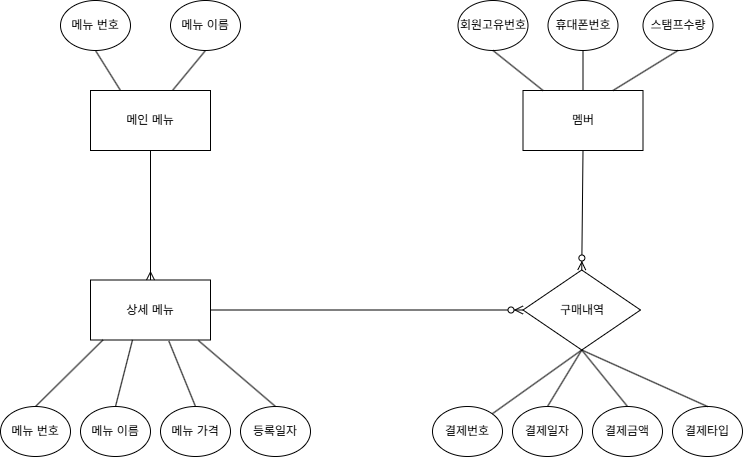
Earlier version of the draw.io export docs/03_개념적모델링.png (2605-training-team01/project01). Source tidied: cells renumbered, new cells last; positions are measured from the earlier drawing's top-left corner, leaving out a move shared by most shapes.
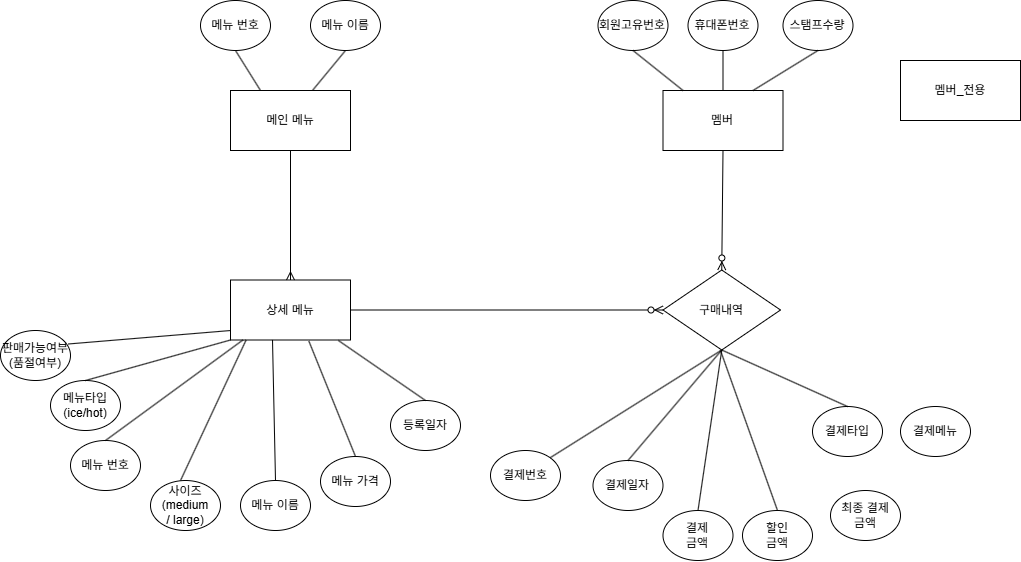
Above is the later version.

Commit message:
개념적모델링_추가

What changed in the source:
```diff
@@ -21,10 +21,10 @@
       <mxGeometry relative="1" as="geometry" />
     </mxCell>
     <mxCell id="8" value="메뉴 번호" style="ellipse;whiteSpace=wrap;html=1;rounded=0;" parent="1" vertex="1">
-      <mxGeometry y="406" width="70" height="50" as="geometry" />
+      <mxGeometry x="-70" y="440" width="70" height="50" as="geometry" />
     </mxCell>
     <mxCell id="9" value="메뉴 가격" style="ellipse;whiteSpace=wrap;html=1;rounded=0;" parent="1" vertex="1">
-      <mxGeometry x="160" y="406" width="70" height="50" as="geometry" />
+      <mxGeometry x="180" y="456" width="70" height="50" as="geometry" />
     </mxCell>
     <mxCell id="10" style="endArrow=none;html=1;rounded=0;entryX=0.5;entryY=0;entryDx=0;entryDy=0;exitX=0.104;exitY=0.999;exitDx=0;exitDy=0;exitPerimeter=0;" parent="1" edge="1" source="5" target="8">
       <mxGeometry relative="1" as="geometry" />
@@ -33,7 +33,7 @@
       <mxGeometry relative="1" as="geometry" />
     </mxCell>
     <mxCell id="12" value="등록일자" style="ellipse;whiteSpace=wrap;html=1;rounded=0;" parent="1" vertex="1">
-      <mxGeometry x="240" y="406" width="70" height="50" as="geometry" />
+      <mxGeometry x="250" y="400" width="70" height="50" as="geometry" />
     </mxCell>
     <mxCell id="13" style="endArrow=none;html=1;rounded=0;exitX=0.899;exitY=1.008;exitDx=0;exitDy=0;exitPerimeter=0;entryX=0.5;entryY=0;entryDx=0;entryDy=0;" parent="1" edge="1" source="5" target="12">
       <mxGeometry relative="1" as="geometry" />
@@ -60,13 +60,13 @@
       <mxGeometry relative="1" as="geometry" />
     </mxCell>
     <mxCell id="21" value="결제일자" style="ellipse;whiteSpace=wrap;html=1;rounded=0;" parent="1" vertex="1">
-      <mxGeometry x="512" y="406" width="70" height="50" as="geometry" />
+      <mxGeometry x="452.5" y="460" width="70" height="50" as="geometry" />
     </mxCell>
-    <mxCell id="22" value="결제금액" style="ellipse;whiteSpace=wrap;html=1;rounded=0;" parent="1" vertex="1">
-      <mxGeometry x="592" y="406" width="70" height="50" as="geometry" />
+    <mxCell id="22" value="결제&lt;div&gt;금액&lt;/div&gt;" style="ellipse;whiteSpace=wrap;html=1;rounded=0;" parent="1" vertex="1">
+      <mxGeometry x="522.5" y="510" width="70" height="50" as="geometry" />
     </mxCell>
     <mxCell id="23" value="결제번호" style="ellipse;whiteSpace=wrap;html=1;rounded=0;" parent="1" vertex="1">
-      <mxGeometry x="432" y="406" width="70" height="50" as="geometry" />
+      <mxGeometry x="350" y="450" width="70" height="50" as="geometry" />
     </mxCell>
     <mxCell id="24" value="결제타입" style="ellipse;whiteSpace=wrap;html=1;rounded=0;" parent="1" vertex="1">
       <mxGeometry x="672" y="406" width="70" height="50" as="geometry" />
@@ -87,7 +87,7 @@
       <mxGeometry relative="1" as="geometry" />
     </mxCell>
     <mxCell id="30" value="메뉴 이름" style="ellipse;whiteSpace=wrap;html=1;rounded=0;" parent="1" vertex="1">
-      <mxGeometry x="80" y="406" width="70" height="50" as="geometry" />
+      <mxGeometry x="100" y="480" width="70" height="50" as="geometry" />
     </mxCell>
     <mxCell id="31" style="fontSize=12;html=1;endArrow=ERzeroToMany;endFill=1;rounded=0;entryX=0;entryY=0.5;entryDx=0;entryDy=0;exitX=1;exitY=0.5;exitDx=0;exitDy=0;" parent="1" edge="1" source="5" target="34">
       <mxGeometry relative="1" as="geometry" />
@@ -101,5 +101,40 @@
     <mxCell id="34" value="구매내역" style="rhombus;whiteSpace=wrap;html=1;rounded=0;" parent="1" vertex="1">
       <mxGeometry x="522.5" y="269.5" width="117.5" height="80" as="geometry" />
     </mxCell>
+    <mxCell id="35" value="멤버_전용" style="rounded=0;whiteSpace=wrap;html=1;" parent="1" vertex="1">
+      <mxGeometry x="760" y="60" width="120" height="60" as="geometry" />
+    </mxCell>
+    <mxCell id="36" value="결제메뉴" style="ellipse;whiteSpace=wrap;html=1;rounded=0;" parent="1" vertex="1">
+      <mxGeometry x="760" y="406" width="70" height="50" as="geometry" />
+    </mxCell>
+    <mxCell id="37" value="할인&lt;div&gt;금액&lt;/div&gt;" style="ellipse;whiteSpace=wrap;html=1;rounded=0;" parent="1" vertex="1">
+      <mxGeometry x="602" y="510" width="70" height="50" as="geometry" />
+    </mxCell>
+    <mxCell id="38" value="판매가능여부&lt;br&gt;(품절여부)" style="ellipse;whiteSpace=wrap;html=1;rounded=0;" parent="1" vertex="1">
+      <mxGeometry x="-140" y="330" width="70" height="50" as="geometry" />
+    </mxCell>
+    <mxCell id="39" style="endArrow=none;html=1;rounded=0;entryX=0.966;entryY=0.27;entryDx=0;entryDy=0;exitX=0;exitY=0.842;exitDx=0;exitDy=0;exitPerimeter=0;entryPerimeter=0;" parent="1" edge="1" source="5" target="38">
+      <mxGeometry relative="1" as="geometry" />
+    </mxCell>
+    <mxCell id="40" value="최종 결제&lt;div&gt;금액&lt;/div&gt;" style="ellipse;whiteSpace=wrap;html=1;rounded=0;" parent="1" vertex="1">
+      <mxGeometry x="690" y="490" width="70" height="50" as="geometry" />
+    </mxCell>
+    <mxCell id="41" style="endArrow=none;html=1;rounded=0;exitX=0.5;exitY=0;exitDx=0;exitDy=0;" parent="1" edge="1" source="37">
+      <mxGeometry relative="1" as="geometry">
+        <mxPoint x="580" y="350" as="targetPoint" />
+      </mxGeometry>
+    </mxCell>
+    <mxCell id="42" value="메뉴타입&lt;br&gt;(ice/hot)" style="ellipse;whiteSpace=wrap;html=1;rounded=0;" parent="1" vertex="1">
+      <mxGeometry x="-90" y="380" width="70" height="50" as="geometry" />
+    </mxCell>
+    <mxCell id="43" value="사이즈&lt;br&gt;(medium&lt;div&gt;/ large)&lt;/div&gt;" style="ellipse;whiteSpace=wrap;html=1;rounded=0;" parent="1" vertex="1">
+      <mxGeometry x="10" y="480" width="70" height="50" as="geometry" />
+    </mxCell>
+    <mxCell id="44" style="endArrow=none;html=1;rounded=0;entryX=0.5;entryY=0;entryDx=0;entryDy=0;exitX=0;exitY=1;exitDx=0;exitDy=0;" parent="1" edge="1" source="5" target="42">
+      <mxGeometry relative="1" as="geometry" />
+    </mxCell>
+    <mxCell id="45" style="endArrow=none;html=1;rounded=0;entryX=0.429;entryY=0;entryDx=0;entryDy=0;exitX=0.13;exitY=1;exitDx=0;exitDy=0;exitPerimeter=0;entryPerimeter=0;" parent="1" edge="1" source="5" target="43">
+      <mxGeometry relative="1" as="geometry" />
+    </mxCell>
   </root>
 </mxGraphModel>
```
